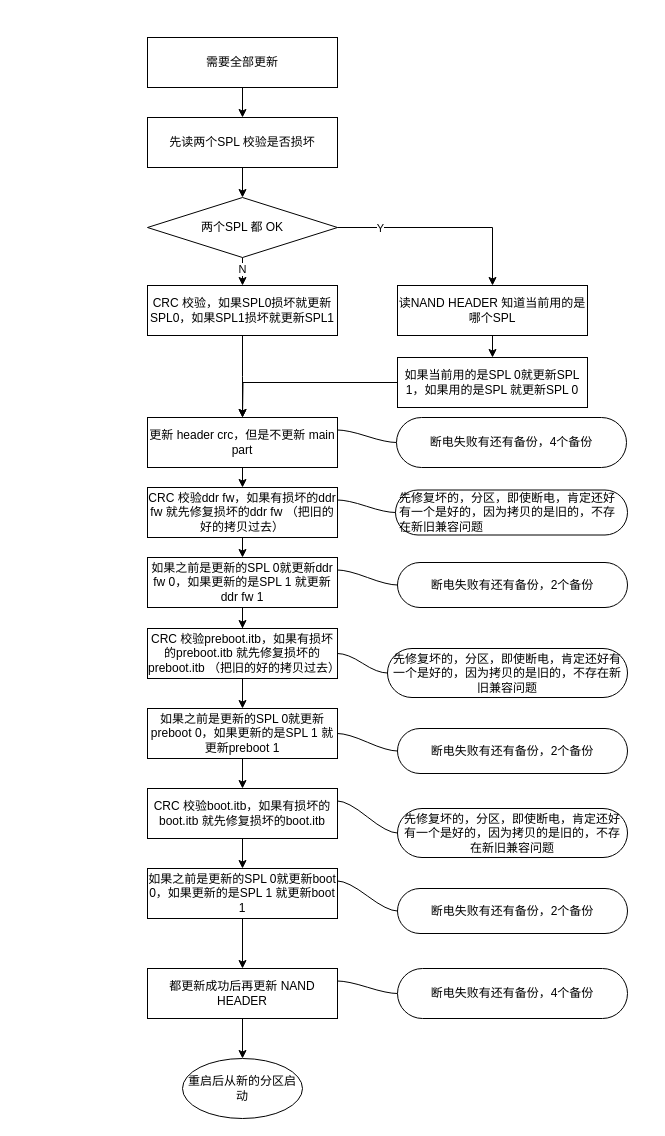
This is page "第 3 页" (4 of 6) of NAND坏块管理和升级.drawio from wdhgit/drawio, a draw.io file, before an edit. Source tidied: cells renumbered, new cells numbered last; positions are measured from the earlier drawing's top-left corner, leaving out a move shared by most shapes. Both pictures are drawn from the tidied source at 100%, with x=0, y=0 at pixel (147, 37).
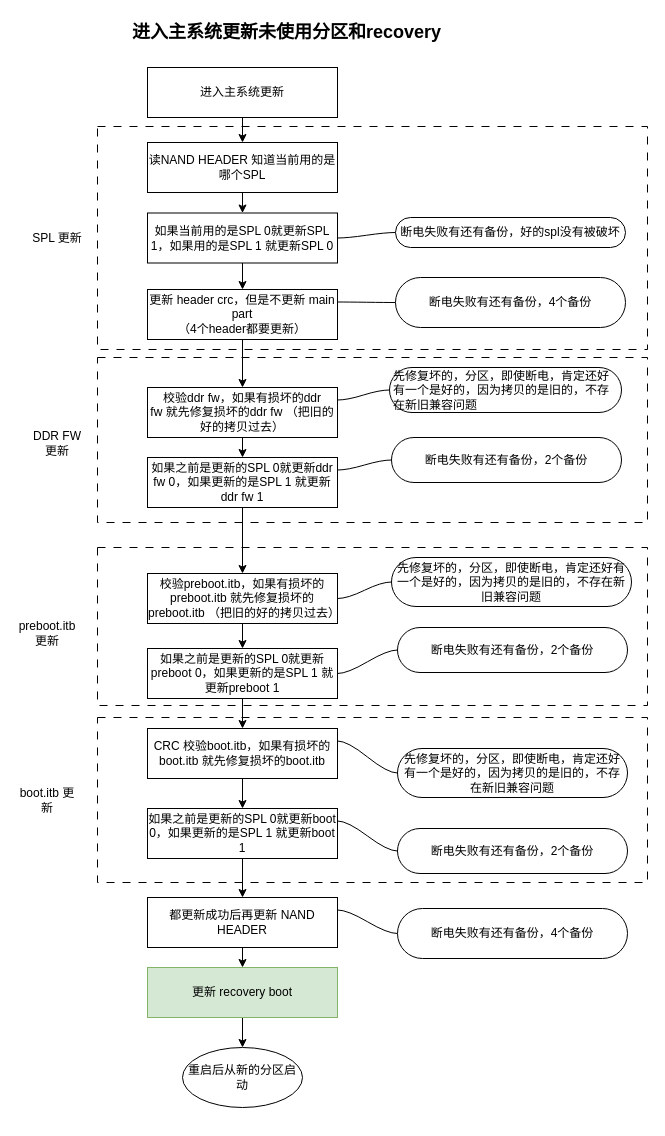
Above is the later version.

The edit, as a diff of the source:
```diff
@@
-    <mxCell id="2" style="edgeStyle=orthogonalEdgeStyle;rounded=0;jettySize=auto;html=1;exitX=0.5;exitY=1;exitDx=0;exitDy=0;entryX=0.5;entryY=0;entryDx=0;entryDy=0;" parent="1" edge="1" source="3" target="5">
-      <mxGeometry relative="1" as="geometry" />
-    </mxCell>
+    <mxCell id="50" style="rounded=0;whiteSpace=wrap;html=1;fillColor=none;dashed=1;dashPattern=8 8;" parent="1" vertex="1">
+      <mxGeometry x="-50" y="680" width="550" height="165" as="geometry" />
+    </mxCell>
+    <mxCell id="51" style="rounded=0;whiteSpace=wrap;html=1;fillColor=none;dashed=1;dashPattern=8 8;" parent="1" vertex="1">
+      <mxGeometry x="-50" y="510" width="550" height="158" as="geometry" />
+    </mxCell>
+    <mxCell id="52" style="rounded=0;whiteSpace=wrap;html=1;fillColor=none;dashed=1;dashPattern=8 8;" parent="1" vertex="1">
+      <mxGeometry x="-50" y="89" width="550" height="223" as="geometry" />
+    </mxCell>
+    <mxCell id="53" style="rounded=0;whiteSpace=wrap;html=1;fillColor=none;dashed=1;dashPattern=8 8;" parent="1" vertex="1">
+      <mxGeometry x="-50" y="320" width="550" height="165" as="geometry" />
+    </mxCell>
+    <mxCell id="54" style="edgeStyle=orthogonalEdgeStyle;rounded=0;jettySize=auto;html=1;exitX=0.5;exitY=1;exitDx=0;exitDy=0;entryX=0.5;entryY=0;entryDx=0;entryDy=0;" parent="1" edge="1" source="3" target="9">
+      <mxGeometry relative="1" as="geometry" />
+    </mxCell>
-    <mxCell id="3" value="需要全部更新" style="rounded=0;whiteSpace=wrap;html=1;" parent="1" vertex="1">
-      <mxGeometry width="190" height="50" as="geometry" />
+    <mxCell id="3" value="进入主系统更新" style="rounded=0;whiteSpace=wrap;html=1;" parent="1" vertex="1">
+      <mxGeometry y="30" width="190" height="50" as="geometry" />
     </mxCell>
-    <mxCell id="4" style="edgeStyle=orthogonalEdgeStyle;rounded=0;jettySize=auto;html=1;exitX=0.5;exitY=1;exitDx=0;exitDy=0;entryX=0.5;entryY=0;entryDx=0;entryDy=0;" parent="1" edge="1" source="5" target="16">
-      <mxGeometry relative="1" as="geometry" />
-    </mxCell>
-    <mxCell id="5" value="先读两个SPL 校验是否损坏" style="rounded=0;whiteSpace=wrap;html=1;" parent="1" vertex="1">
-      <mxGeometry y="80" width="190" height="50" as="geometry" />
-    </mxCell>
-    <mxCell id="6" style="edgeStyle=orthogonalEdgeStyle;rounded=0;jettySize=auto;html=1;exitX=0.5;exitY=1;exitDx=0;exitDy=0;entryX=0.5;entryY=0;entryDx=0;entryDy=0;" parent="1" edge="1" source="7">
-      <mxGeometry relative="1" as="geometry">
-        <mxPoint x="95" y="380" as="targetPoint" />
-      </mxGeometry>
-    </mxCell>
-    <mxCell id="7" value="CRC 校验，如果SPL0损坏就更新SPL0，如果SPL1损坏就更新SPL1" style="rounded=0;whiteSpace=wrap;html=1;" parent="1" vertex="1">
-      <mxGeometry y="248" width="190" height="50" as="geometry" />
-    </mxCell>
@@
     <mxCell id="9" value="读NAND HEADER 知道当前用的是哪个SPL" style="rounded=0;whiteSpace=wrap;html=1;" parent="1" vertex="1">
-      <mxGeometry x="250" y="248" width="190" height="50" as="geometry" />
+      <mxGeometry y="105" width="190" height="50" as="geometry" />
     </mxCell>
-    <mxCell id="10" style="edgeStyle=orthogonalEdgeStyle;rounded=0;jettySize=auto;html=1;exitX=0;exitY=0.5;exitDx=0;exitDy=0;" parent="1" edge="1" source="11">
-      <mxGeometry relative="1" as="geometry">
-        <mxPoint x="95" y="380" as="targetPoint" />
-      </mxGeometry>
-    </mxCell>
+    <mxCell id="55" style="edgeStyle=orthogonalEdgeStyle;rounded=0;jettySize=auto;html=1;exitX=0.5;exitY=1;exitDx=0;exitDy=0;entryX=0.5;entryY=0;entryDx=0;entryDy=0;" parent="1" edge="1" source="11" target="47">
+      <mxGeometry relative="1" as="geometry" />
+    </mxCell>
-    <mxCell id="11" value="如果当前用的是SPL 0就更新SPL 1，如果用的是SPL 就更新SPL 0" style="rounded=0;whiteSpace=wrap;html=1;" parent="1" vertex="1">
-      <mxGeometry x="250" y="320" width="190" height="50" as="geometry" />
+    <mxCell id="11" value="如果当前用的是SPL 0就更新SPL 1，如果用的是SPL 1 就更新SPL 0" style="rounded=0;whiteSpace=wrap;html=1;" parent="1" vertex="1">
+      <mxGeometry y="175.5" width="190" height="50" as="geometry" />
     </mxCell>
-    <mxCell id="12" style="edgeStyle=orthogonalEdgeStyle;rounded=0;jettySize=auto;html=1;exitX=0.5;exitY=1;exitDx=0;exitDy=0;entryX=0.5;entryY=0;entryDx=0;entryDy=0;" parent="1" edge="1" source="16" target="7">
-      <mxGeometry relative="1" as="geometry" />
-    </mxCell>
-    <mxCell id="13" value="N" style="edgeLabel;html=1;align=center;verticalAlign=middle;" parent="12" vertex="1">
-      <mxGeometry x="-0.21" y="-1" relative="1" as="geometry" />
-    </mxCell>
-    <mxCell id="14" style="edgeStyle=orthogonalEdgeStyle;rounded=0;jettySize=auto;html=1;exitX=1;exitY=0.5;exitDx=0;exitDy=0;" parent="1" edge="1" source="16" target="9">
-      <mxGeometry relative="1" as="geometry" />
-    </mxCell>
-    <mxCell id="15" value="Y" style="edgeLabel;html=1;align=center;verticalAlign=middle;" parent="14" vertex="1">
-      <mxGeometry x="-0.61" relative="1" as="geometry" />
-    </mxCell>
-    <mxCell id="16" value="两个SPL 都 OK" style="rhombus;whiteSpace=wrap;html=1;" parent="1" vertex="1">
-      <mxGeometry y="160" width="190" height="60" as="geometry" />
-    </mxCell>
@@
-    <mxCell id="18" value="CRC 校验preboot.itb，如果有损坏的preboot.itb 就先修复损坏的preboot.itb （把旧的好的拷贝过去）" style="rounded=0;whiteSpace=wrap;html=1;" parent="1" vertex="1">
-      <mxGeometry y="591" width="190" height="50" as="geometry" />
+    <mxCell id="18" value="校验preboot.itb，如果有损坏的preboot.itb 就先修复损坏的preboot.itb （把旧的好的拷贝过去）" style="rounded=0;whiteSpace=wrap;html=1;" parent="1" vertex="1">
+      <mxGeometry y="536" width="190" height="50" as="geometry" />
     </mxCell>
@@
     <mxCell id="20" value="如果之前是更新的SPL 0就更新preboot 0，如果更新的是SPL 1 就更新preboot 1" style="rounded=0;whiteSpace=wrap;html=1;" parent="1" vertex="1">
-      <mxGeometry y="671" width="190" height="50" as="geometry" />
+      <mxGeometry y="611" width="190" height="50" as="geometry" />
     </mxCell>
@@
     <mxCell id="22" value="CRC 校验boot.itb，如果有损坏的boot.itb 就先修复损坏的boot.itb" style="rounded=0;whiteSpace=wrap;html=1;" parent="1" vertex="1">
-      <mxGeometry y="751" width="190" height="50" as="geometry" />
+      <mxGeometry y="691" width="190" height="50" as="geometry" />
     </mxCell>
@@
     <mxCell id="24" value="如果之前是更新的SPL 0就更新boot 0，如果更新的是SPL 1 就更新boot 1" style="rounded=0;whiteSpace=wrap;html=1;" parent="1" vertex="1">
-      <mxGeometry y="831" width="190" height="50" as="geometry" />
+      <mxGeometry y="771" width="190" height="50" as="geometry" />
     </mxCell>
     <mxCell id="25" value="先修复坏的，分区，即使断电，肯定还好有一个是好的，因为拷贝的是旧的，不存在新旧兼容问题" style="whiteSpace=wrap;html=1;rounded=1;arcSize=50;align=center;verticalAlign=middle;strokeWidth=1;spacing=4;newEdgeStyle={&quot;edgeStyle&quot;:&quot;entityRelationEdgeStyle&quot;,&quot;startArrow&quot;:&quot;none&quot;,&quot;endArrow&quot;:&quot;none&quot;,&quot;segment&quot;:10,&quot;curved&quot;:1,&quot;sourcePerimeterSpacing&quot;:0,&quot;targetPerimeterSpacing&quot;:0};" parent="1" vertex="1">
-      <mxGeometry x="240" y="611" width="240" height="49" as="geometry" />
+      <mxGeometry x="244" y="520" width="240" height="49" as="geometry" />
     </mxCell>
@@
     <mxCell id="28" value="断电失败有还有备份，2个备份" style="whiteSpace=wrap;html=1;rounded=1;arcSize=50;align=center;verticalAlign=middle;strokeWidth=1;spacing=4;newEdgeStyle={&quot;edgeStyle&quot;:&quot;entityRelationEdgeStyle&quot;,&quot;startArrow&quot;:&quot;none&quot;,&quot;endArrow&quot;:&quot;none&quot;,&quot;segment&quot;:10,&quot;curved&quot;:1,&quot;sourcePerimeterSpacing&quot;:0,&quot;targetPerimeterSpacing&quot;:0};" parent="1" vertex="1">
-      <mxGeometry x="250" y="691" width="230" height="45" as="geometry" />
+      <mxGeometry x="250" y="590" width="230" height="45" as="geometry" />
     </mxCell>
@@
     <mxCell id="30" value="先修复坏的，分区，即使断电，肯定还好有一个是好的，因为拷贝的是旧的，不存在新旧兼容问题" style="whiteSpace=wrap;html=1;rounded=1;arcSize=50;align=center;verticalAlign=middle;strokeWidth=1;spacing=4;newEdgeStyle={&quot;edgeStyle&quot;:&quot;entityRelationEdgeStyle&quot;,&quot;startArrow&quot;:&quot;none&quot;,&quot;endArrow&quot;:&quot;none&quot;,&quot;segment&quot;:10,&quot;curved&quot;:1,&quot;sourcePerimeterSpacing&quot;:0,&quot;targetPerimeterSpacing&quot;:0};" parent="1" vertex="1">
-      <mxGeometry x="250" y="771" width="230" height="49" as="geometry" />
+      <mxGeometry x="250" y="711" width="230" height="49" as="geometry" />
     </mxCell>
@@
     <mxCell id="32" value="断电失败有还有备份，2个备份" style="whiteSpace=wrap;html=1;rounded=1;arcSize=50;align=center;verticalAlign=middle;strokeWidth=1;spacing=4;newEdgeStyle={&quot;edgeStyle&quot;:&quot;entityRelationEdgeStyle&quot;,&quot;startArrow&quot;:&quot;none&quot;,&quot;endArrow&quot;:&quot;none&quot;,&quot;segment&quot;:10,&quot;curved&quot;:1,&quot;sourcePerimeterSpacing&quot;:0,&quot;targetPerimeterSpacing&quot;:0};" parent="1" vertex="1">
-      <mxGeometry x="250" y="851" width="230" height="45" as="geometry" />
+      <mxGeometry x="250" y="791" width="230" height="45" as="geometry" />
     </mxCell>
-    <mxCell id="33" style="edgeStyle=orthogonalEdgeStyle;rounded=0;jettySize=auto;html=1;exitX=0.5;exitY=1;exitDx=0;exitDy=0;entryX=0.5;entryY=0;entryDx=0;entryDy=0;" parent="1" edge="1" source="34" target="37">
+    <mxCell id="33" style="edgeStyle=orthogonalEdgeStyle;rounded=0;jettySize=auto;html=1;exitX=0.5;exitY=1;exitDx=0;exitDy=0;entryX=0.5;entryY=0;entryDx=0;entryDy=0;" parent="1" edge="1" source="64" target="37">
       <mxGeometry relative="1" as="geometry" />
     </mxCell>
+    <mxCell id="56" style="edgeStyle=orthogonalEdgeStyle;rounded=0;jettySize=auto;html=1;exitX=0.5;exitY=1;exitDx=0;exitDy=0;entryX=0.5;entryY=0;entryDx=0;entryDy=0;" parent="1" edge="1" source="34" target="64">
+      <mxGeometry relative="1" as="geometry" />
+    </mxCell>
     <mxCell id="34" value="都更新成功后再更新 NAND HEADER" style="rounded=0;whiteSpace=wrap;html=1;" parent="1" vertex="1">
-      <mxGeometry y="931" width="190" height="50" as="geometry" />
+      <mxGeometry y="860" width="190" height="50" as="geometry" />
     </mxCell>
@@
     <mxCell id="36" value="断电失败有还有备份，4个备份" style="whiteSpace=wrap;html=1;rounded=1;arcSize=50;align=center;verticalAlign=middle;strokeWidth=1;spacing=4;newEdgeStyle={&quot;edgeStyle&quot;:&quot;entityRelationEdgeStyle&quot;,&quot;startArrow&quot;:&quot;none&quot;,&quot;endArrow&quot;:&quot;none&quot;,&quot;segment&quot;:10,&quot;curved&quot;:1,&quot;sourcePerimeterSpacing&quot;:0,&quot;targetPerimeterSpacing&quot;:0};" parent="1" vertex="1">
-      <mxGeometry x="250" y="931" width="230" height="50" as="geometry" />
+      <mxGeometry x="250" y="871" width="230" height="50" as="geometry" />
     </mxCell>
     <mxCell id="37" value="重启后从新的分区启动" style="ellipse;whiteSpace=wrap;html=1;" parent="1" vertex="1">
-      <mxGeometry x="35" y="1021" width="120" height="60" as="geometry" />
+      <mxGeometry x="35" y="1010" width="120" height="60" as="geometry" />
     </mxCell>
@@
-    <mxCell id="39" value="CRC 校验ddr fw，如果有损坏的ddr fw&amp;nbsp;就先修复损坏的ddr fw&amp;nbsp;（把旧的好的拷贝过去）" style="rounded=0;whiteSpace=wrap;html=1;" parent="1" vertex="1">
-      <mxGeometry y="450" width="190" height="50" as="geometry" />
+    <mxCell id="39" value="校验ddr fw，如果有损坏的ddr fw&amp;nbsp;就先修复损坏的ddr fw&amp;nbsp;（把旧的好的拷贝过去）" style="rounded=0;whiteSpace=wrap;html=1;" parent="1" vertex="1">
+      <mxGeometry y="350" width="190" height="50" as="geometry" />
     </mxCell>
     <mxCell id="40" value="&lt;span style=&quot;text-align: center;&quot;&gt;先修复坏的，分区，即使断电，肯定还好有一个是好的，因为拷贝的是旧的，不存在新旧兼容问题&lt;/span&gt;" style="whiteSpace=wrap;html=1;rounded=1;arcSize=50;align=left;verticalAlign=middle;strokeWidth=1;spacing=4;newEdgeStyle={&quot;edgeStyle&quot;:&quot;entityRelationEdgeStyle&quot;,&quot;startArrow&quot;:&quot;none&quot;,&quot;endArrow&quot;:&quot;none&quot;,&quot;segment&quot;:10,&quot;curved&quot;:1,&quot;sourcePerimeterSpacing&quot;:0,&quot;targetPerimeterSpacing&quot;:0};" parent="1" vertex="1">
-      <mxGeometry x="248" y="452.5" width="232" height="45" as="geometry" />
+      <mxGeometry x="242" y="330" width="232" height="45" as="geometry" />
     </mxCell>
@@
     <mxCell id="43" value="如果之前是更新的SPL 0就更新ddr fw 0，如果更新的是SPL 1 就更新ddr fw 1" style="rounded=0;whiteSpace=wrap;html=1;" parent="1" vertex="1">
-      <mxGeometry y="520" width="190" height="50" as="geometry" />
+      <mxGeometry y="420" width="190" height="50" as="geometry" />
     </mxCell>
@@
     <mxCell id="45" value="断电失败有还有备份，2个备份" style="whiteSpace=wrap;html=1;rounded=1;arcSize=50;align=center;verticalAlign=middle;strokeWidth=1;spacing=4;newEdgeStyle={&quot;edgeStyle&quot;:&quot;entityRelationEdgeStyle&quot;,&quot;startArrow&quot;:&quot;none&quot;,&quot;endArrow&quot;:&quot;none&quot;,&quot;segment&quot;:10,&quot;curved&quot;:1,&quot;sourcePerimeterSpacing&quot;:0,&quot;targetPerimeterSpacing&quot;:0};" parent="1" vertex="1">
-      <mxGeometry x="250" y="525" width="230" height="45" as="geometry" />
+      <mxGeometry x="244" y="400" width="230" height="45" as="geometry" />
     </mxCell>
@@
-    <mxCell id="47" value="更新 header crc，但是不更新 main part" style="rounded=0;whiteSpace=wrap;html=1;" parent="1" vertex="1">
-      <mxGeometry y="380" width="190" height="50" as="geometry" />
+    <mxCell id="47" value="更新 header crc，但是不更新 main part&lt;br&gt;（4个header都要更新）" style="rounded=0;whiteSpace=wrap;html=1;" parent="1" vertex="1">
+      <mxGeometry y="252" width="190" height="50" as="geometry" />
     </mxCell>
@@
     <mxCell id="49" value="断电失败有还有备份，4个备份" style="whiteSpace=wrap;html=1;rounded=1;arcSize=50;align=center;verticalAlign=middle;strokeWidth=1;spacing=4;newEdgeStyle={&quot;edgeStyle&quot;:&quot;entityRelationEdgeStyle&quot;,&quot;startArrow&quot;:&quot;none&quot;,&quot;endArrow&quot;:&quot;none&quot;,&quot;segment&quot;:10,&quot;curved&quot;:1,&quot;sourcePerimeterSpacing&quot;:0,&quot;targetPerimeterSpacing&quot;:0};" parent="1" vertex="1">
-      <mxGeometry x="249" y="380" width="230" height="50" as="geometry" />
+      <mxGeometry x="248" y="240" width="230" height="50" as="geometry" />
     </mxCell>
+    <mxCell id="57" style="edgeStyle=entityRelationEdgeStyle;rounded=0;jettySize=auto;html=1;startArrow=none;endArrow=none;segment=10;curved=1;sourcePerimeterSpacing=0;targetPerimeterSpacing=0;exitX=0;exitY=0.5;exitDx=0;exitDy=0;entryX=1;entryY=0.5;entryDx=0;entryDy=0;" parent="1" edge="1" source="58" target="11">
+      <mxGeometry relative="1" as="geometry" />
+    </mxCell>
+    <mxCell id="58" value="断电失败有还有备份，好的spl没有被破坏" style="whiteSpace=wrap;html=1;rounded=1;arcSize=50;align=center;verticalAlign=middle;strokeWidth=1;spacing=4;newEdgeStyle={&quot;edgeStyle&quot;:&quot;entityRelationEdgeStyle&quot;,&quot;startArrow&quot;:&quot;none&quot;,&quot;endArrow&quot;:&quot;none&quot;,&quot;segment&quot;:10,&quot;curved&quot;:1,&quot;sourcePerimeterSpacing&quot;:0,&quot;targetPerimeterSpacing&quot;:0};" parent="1" vertex="1">
+      <mxGeometry x="248" y="180" width="230" height="30" as="geometry" />
+    </mxCell>
+    <mxCell id="59" value="DDR FW更新" style="text;html=1;whiteSpace=wrap;strokeColor=none;fillColor=none;align=center;verticalAlign=middle;rounded=0;" parent="1" vertex="1">
+      <mxGeometry x="-120" y="391.2" width="60" height="30" as="geometry" />
+    </mxCell>
+    <mxCell id="60" value="SPL 更新" style="text;html=1;whiteSpace=wrap;strokeColor=none;fillColor=none;align=center;verticalAlign=middle;rounded=0;" parent="1" vertex="1">
+      <mxGeometry x="-120" y="185.5" width="60" height="30" as="geometry" />
+    </mxCell>
+    <mxCell id="61" value="preboot.itb 更新" style="text;html=1;whiteSpace=wrap;strokeColor=none;fillColor=none;align=center;verticalAlign=middle;rounded=0;" parent="1" vertex="1">
+      <mxGeometry x="-130" y="581" width="60" height="30" as="geometry" />
+    </mxCell>
+    <mxCell id="62" value="boot.itb 更新" style="text;html=1;whiteSpace=wrap;strokeColor=none;fillColor=none;align=center;verticalAlign=middle;rounded=0;" parent="1" vertex="1">
+      <mxGeometry x="-130" y="747.5" width="60" height="30" as="geometry" />
+    </mxCell>
+    <mxCell id="63" value="进入主系统更新未使用分区和recovery" style="text;html=1;whiteSpace=wrap;strokeColor=none;fillColor=none;align=center;verticalAlign=middle;rounded=0;fontSize=18;fontStyle=1;" parent="1" vertex="1">
+      <mxGeometry x="-40" y="-20" width="359" height="30" as="geometry" />
+    </mxCell>
+    <mxCell id="64" value="更新 recovery boot" style="rounded=0;whiteSpace=wrap;html=1;fillColor=#d5e8d4;strokeColor=#82b366;" parent="1" vertex="1">
+      <mxGeometry y="930" width="190" height="50" as="geometry" />
+    </mxCell>
```
